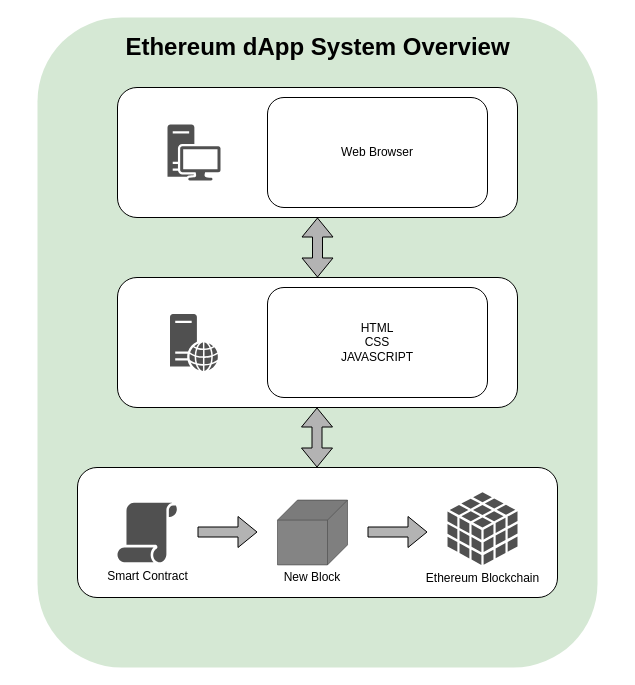
The draw.io diagram docs/functional-spec/diagrams/dapp-overview_Diagram.drawio in lynchd26/Frontier-Multisig, before the edit. Source tidied: cells renumbered, new cells numbered last; positions are measured from the earlier drawing's top-left corner, leaving out a move shared by most shapes. Both pictures are drawn from the tidied source at 100%, with x=0, y=0 at pixel (37, 17).
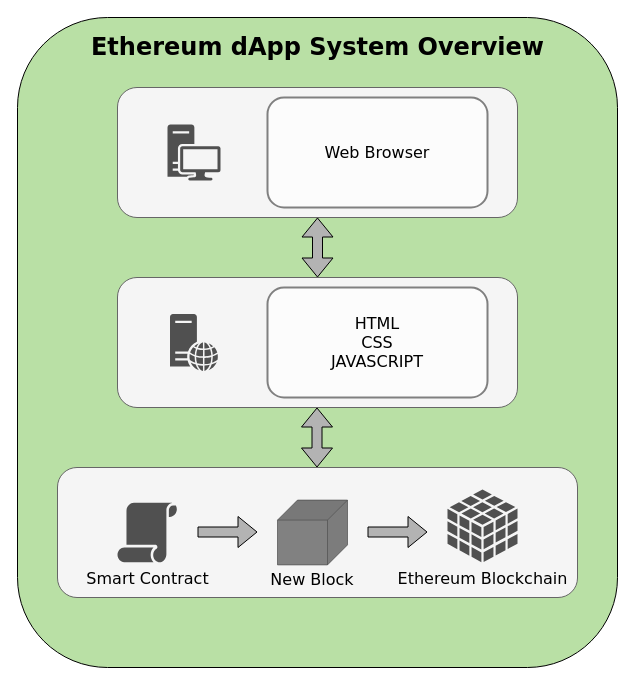
The same page after the edit.

Change to the diagram source:
```diff
@@
-    <mxCell id="2" style="rounded=1;whiteSpace=wrap;html=1;strokeColor=none;fillColor=#d5e8d4;" parent="1" vertex="1">
-      <mxGeometry width="560" height="650" as="geometry" />
+    <mxCell id="2" style="rounded=1;whiteSpace=wrap;html=1;strokeColor=default;fillColor=#B9E0A5;fontFamily=Verdana;" parent="1" vertex="1">
+      <mxGeometry x="-20" width="600" height="650" as="geometry" />
     </mxCell>
-    <mxCell id="3" style="rounded=1;whiteSpace=wrap;html=1;" parent="1" vertex="1">
+    <mxCell id="3" style="rounded=1;whiteSpace=wrap;html=1;fontFamily=Verdana;fillColor=#f5f5f5;fontColor=#333333;strokeColor=#666666;" parent="1" vertex="1">
       <mxGeometry x="80" y="70" width="400" height="130" as="geometry" />
     </mxCell>
-    <mxCell id="4" style="sketch=0;shadow=0;dashed=0;html=1;strokeColor=none;fillColor=#505050;labelPosition=center;verticalLabelPosition=bottom;verticalAlign=top;align=center;shape=mxgraph.office.devices.workstation;" parent="1" vertex="1">
+    <mxCell id="4" style="sketch=0;shadow=0;dashed=0;html=1;strokeColor=none;fillColor=#505050;labelPosition=center;verticalLabelPosition=bottom;verticalAlign=top;align=center;shape=mxgraph.office.devices.workstation;fontFamily=Verdana;" parent="1" vertex="1">
       <mxGeometry x="130" y="107" width="53" height="56" as="geometry" />
     </mxCell>
-    <mxCell id="5" value="Web Browser" style="rounded=1;whiteSpace=wrap;html=1;" parent="1" vertex="1">
+    <mxCell id="5" value="Web Browser" style="rounded=1;whiteSpace=wrap;html=1;fontFamily=Verdana;fontSize=16;fillStyle=auto;strokeWidth=2;strokeColor=#4D4D4D;opacity=70;" parent="1" vertex="1">
       <mxGeometry x="230" y="80" width="220" height="110" as="geometry" />
     </mxCell>
-    <mxCell id="6" style="rounded=1;whiteSpace=wrap;html=1;" parent="1" vertex="1">
+    <mxCell id="6" style="rounded=1;whiteSpace=wrap;html=1;fontFamily=Verdana;fillColor=#f5f5f5;fontColor=#333333;strokeColor=#666666;" parent="1" vertex="1">
       <mxGeometry x="80" y="260" width="400" height="130" as="geometry" />
     </mxCell>
-    <mxCell id="7" style="sketch=0;shadow=0;dashed=0;html=1;strokeColor=none;fillColor=#505050;labelPosition=center;verticalLabelPosition=bottom;verticalAlign=top;align=center;shape=mxgraph.office.servers.web_server;" parent="1" vertex="1">
+    <mxCell id="7" style="sketch=0;shadow=0;dashed=0;html=1;strokeColor=none;fillColor=#505050;labelPosition=center;verticalLabelPosition=bottom;verticalAlign=top;align=center;shape=mxgraph.office.servers.web_server;fontFamily=Verdana;" parent="1" vertex="1">
       <mxGeometry x="132.5" y="296.5" width="48" height="57" as="geometry" />
     </mxCell>
-    <mxCell id="8" value="HTML&lt;br&gt;CSS&lt;br&gt;JAVASCRIPT" style="rounded=1;whiteSpace=wrap;html=1;" parent="1" vertex="1">
+    <mxCell id="8" value="HTML&lt;br style=&quot;font-size: 16px;&quot;&gt;CSS&lt;br style=&quot;font-size: 16px;&quot;&gt;JAVASCRIPT" style="rounded=1;whiteSpace=wrap;html=1;fontFamily=Verdana;fontSize=16;fillStyle=auto;strokeWidth=2;strokeColor=#4D4D4D;opacity=70;" parent="1" vertex="1">
       <mxGeometry x="230" y="270" width="220" height="110" as="geometry" />
     </mxCell>
-    <mxCell id="9" style="rounded=1;whiteSpace=wrap;html=1;" parent="1" vertex="1">
-      <mxGeometry x="40" y="450" width="480" height="130" as="geometry" />
+    <mxCell id="9" style="rounded=1;whiteSpace=wrap;html=1;fontFamily=Verdana;fillColor=#f5f5f5;fontColor=#333333;strokeColor=#666666;" parent="1" vertex="1">
+      <mxGeometry x="20" y="450" width="520" height="130" as="geometry" />
     </mxCell>
-    <mxCell id="10" value="Ethereum Blockchain" style="sketch=0;shadow=0;dashed=0;html=1;strokeColor=none;fillColor=#505050;labelPosition=center;verticalLabelPosition=bottom;verticalAlign=top;align=center;shape=mxgraph.office.databases.database_cube;" parent="1" vertex="1">
-      <mxGeometry x="410" y="474.8" width="70" height="72.6" as="geometry" />
+    <mxCell id="10" value="Ethereum Blockchain" style="sketch=0;shadow=0;dashed=0;html=1;strokeColor=none;fillColor=#505050;labelPosition=center;verticalLabelPosition=bottom;verticalAlign=top;align=center;shape=mxgraph.office.databases.database_cube;fontFamily=Verdana;fontSize=16;" parent="1" vertex="1">
+      <mxGeometry x="410" y="472.1" width="70" height="72.6" as="geometry" />
     </mxCell>
-    <mxCell id="11" value="Smart Contract&lt;br&gt;" style="sketch=0;shadow=0;dashed=0;html=1;strokeColor=none;fillColor=#505050;labelPosition=center;verticalLabelPosition=bottom;verticalAlign=top;align=center;shape=mxgraph.office.security.policy;" parent="1" vertex="1">
+    <mxCell id="11" value="Smart Contract&lt;br style=&quot;font-size: 16px;&quot;&gt;" style="sketch=0;shadow=0;dashed=0;html=1;strokeColor=none;fillColor=#505050;labelPosition=center;verticalLabelPosition=bottom;verticalAlign=top;align=center;shape=mxgraph.office.security.policy;fontFamily=Verdana;fontSize=16;" parent="1" vertex="1">
       <mxGeometry x="80" y="485.3" width="60" height="59.5" as="geometry" />
     </mxCell>
-    <mxCell id="12" style="shape=cube;whiteSpace=wrap;html=1;boundedLbl=1;backgroundOutline=1;darkOpacity=0.05;darkOpacity2=0.1;direction=south;strokeColor=#505050;fillColor=#505050;opacity=70;" parent="1" vertex="1">
+    <mxCell id="12" style="shape=cube;whiteSpace=wrap;html=1;boundedLbl=1;backgroundOutline=1;darkOpacity=0.05;darkOpacity2=0.1;direction=south;strokeColor=#505050;fillColor=#505050;opacity=70;fontFamily=Verdana;" parent="1" vertex="1">
       <mxGeometry x="240" y="482.6" width="70" height="64.8" as="geometry" />
     </mxCell>
-    <mxCell id="13" style="shape=flexArrow;endArrow=classic;startArrow=classic;html=1;rounded=0;entryX=0.5;entryY=1;entryDx=0;entryDy=0;exitX=0.5;exitY=0;exitDx=0;exitDy=0;fillColor=#B3B3B3;" parent="1" edge="1" source="6" target="3">
+    <mxCell id="13" style="shape=flexArrow;endArrow=classic;startArrow=classic;html=1;rounded=0;entryX=0.5;entryY=1;entryDx=0;entryDy=0;exitX=0.5;exitY=0;exitDx=0;exitDy=0;fillColor=#B3B3B3;fontFamily=Verdana;" parent="1" edge="1" source="6" target="3">
       <mxGeometry relative="1" as="geometry" />
     </mxCell>
-    <mxCell id="14" style="shape=flexArrow;endArrow=classic;startArrow=classic;html=1;rounded=0;entryX=0.5;entryY=1;entryDx=0;entryDy=0;exitX=0.5;exitY=0;exitDx=0;exitDy=0;fillColor=#B3B3B3;" parent="1" edge="1">
+    <mxCell id="14" style="shape=flexArrow;endArrow=classic;startArrow=classic;html=1;rounded=0;entryX=0.5;entryY=1;entryDx=0;entryDy=0;exitX=0.5;exitY=0;exitDx=0;exitDy=0;fillColor=#B3B3B3;fontFamily=Verdana;" parent="1" edge="1">
       <mxGeometry relative="1" as="geometry">
         <mxPoint x="279.5" y="450" as="sourcePoint" />
         <mxPoint x="279.5" y="390" as="targetPoint" />
       </mxGeometry>
     </mxCell>
-    <mxCell id="15" value="New Block" style="text;html=1;strokeColor=none;fillColor=none;align=center;verticalAlign=middle;whiteSpace=wrap;rounded=0;opacity=70;" parent="1" vertex="1">
-      <mxGeometry x="240" y="544.8" width="70" height="30" as="geometry" />
+    <mxCell id="15" value="New Block" style="text;html=1;strokeColor=none;fillColor=none;align=center;verticalAlign=middle;whiteSpace=wrap;rounded=0;opacity=70;fontFamily=Verdana;fontSize=16;" parent="1" vertex="1">
+      <mxGeometry x="230" y="547.4" width="90" height="30" as="geometry" />
     </mxCell>
-    <mxCell id="16" style="shape=flexArrow;endArrow=classic;html=1;rounded=0;fillColor=#B3B3B3;" parent="1" edge="1">
+    <mxCell id="16" style="shape=flexArrow;endArrow=classic;html=1;rounded=0;fillColor=#B3B3B3;fontFamily=Verdana;" parent="1" edge="1">
       <mxGeometry relative="1" as="geometry">
         <mxPoint x="160" y="514.5" as="sourcePoint" />
         <mxPoint x="220" y="514.5" as="targetPoint" />
       </mxGeometry>
     </mxCell>
-    <mxCell id="17" style="shape=flexArrow;endArrow=classic;html=1;rounded=0;fillColor=#B3B3B3;" parent="1" edge="1">
+    <mxCell id="17" style="shape=flexArrow;endArrow=classic;html=1;rounded=0;fillColor=#B3B3B3;fontFamily=Verdana;" parent="1" edge="1">
       <mxGeometry relative="1" as="geometry">
         <mxPoint x="330" y="514.5" as="sourcePoint" />
         <mxPoint x="390" y="514.5" as="targetPoint" />
       </mxGeometry>
     </mxCell>
-    <mxCell id="18" value="Ethereum dApp System Overview" style="text;strokeColor=none;fillColor=none;html=1;fontSize=24;fontStyle=1;verticalAlign=middle;align=center;" parent="1" vertex="1">
+    <mxCell id="18" value="Ethereum dApp System Overview" style="text;strokeColor=none;fillColor=none;html=1;fontSize=24;fontStyle=1;verticalAlign=middle;align=center;fontFamily=Verdana;" parent="1" vertex="1">
       <mxGeometry x="230" y="10" width="100" height="40" as="geometry" />
     </mxCell>
```
